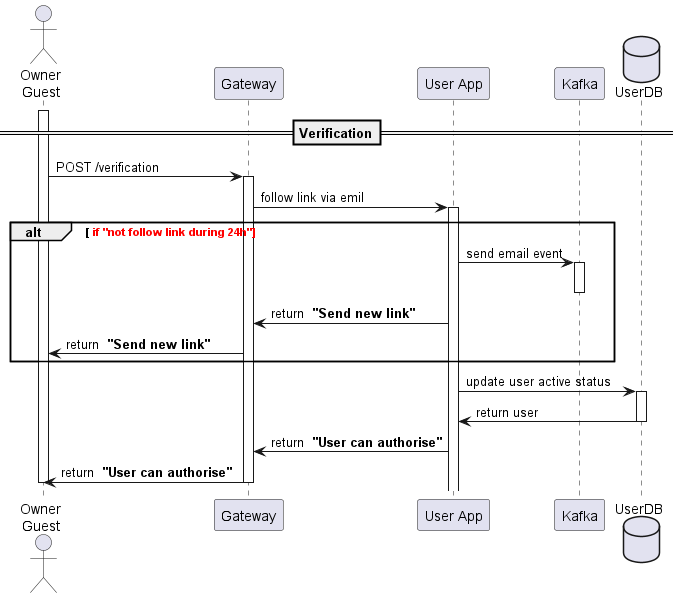
OlgaDobrodey/sequence-diagram keeps this PlantUML diagram as image/verification.png. Above is the earlier version.
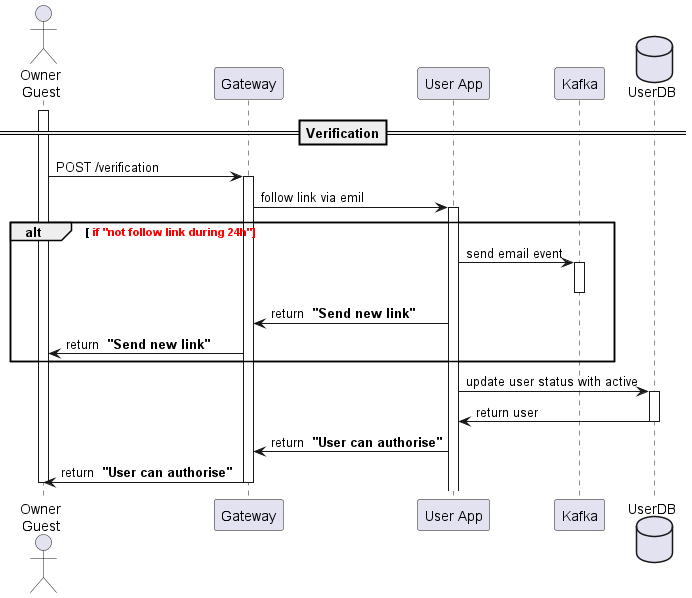
After the change.

What changed in the source:
```diff
@@ -23,7 +23,7 @@
     us -> gw: return <b> "Send new link"
     gw -> user: return <b> "Send new link"
 end
-us -> ub: update user active status
+us -> ub: update user status with active
 activate ub
 ub -> us : return user
 deactivate ub
```
